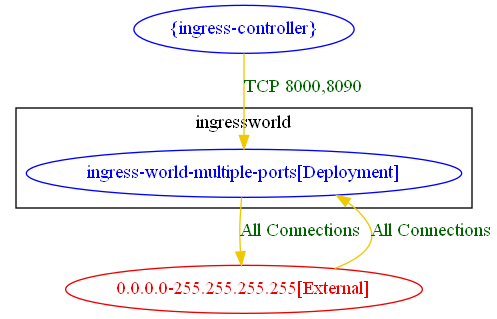
Earlier version of the Graphviz export test_outputs/connlist/one_ingress_multiple_ports_connlist_output.dot.png (np-guard/netpol-analyzer). Its source is kept beside it as test_outputs/connlist/one_ingress_multiple_ports_connlist_output.dot.
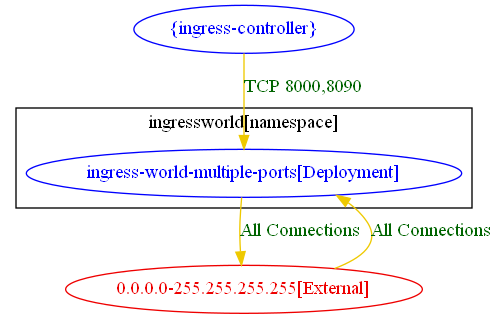
The same diagram one commit later.

What changed in the source:
```diff
@@ -1,9 +1,9 @@
 digraph {
-	subgraph "cluster_ingressworld" {
+	subgraph "cluster_ingressworld[namespace]" {
 		color="black"
 		fontcolor="black"
 		"ingressworld/ingress-world-multiple-ports[Deployment]" [label="ingress-world-multiple-ports[Deployment]" color="blue" fontcolor="blue"]
-		label="ingressworld"
+		label="ingressworld[namespace]"
 	}
 	"0.0.0.0-255.255.255.255[External]" [label="0.0.0.0-255.255.255.255[External]" color="red2" fontcolor="red2"]
 	"{ingress-controller}" [label="{ingress-controller}" color="blue" fontcolor="blue"]
```
